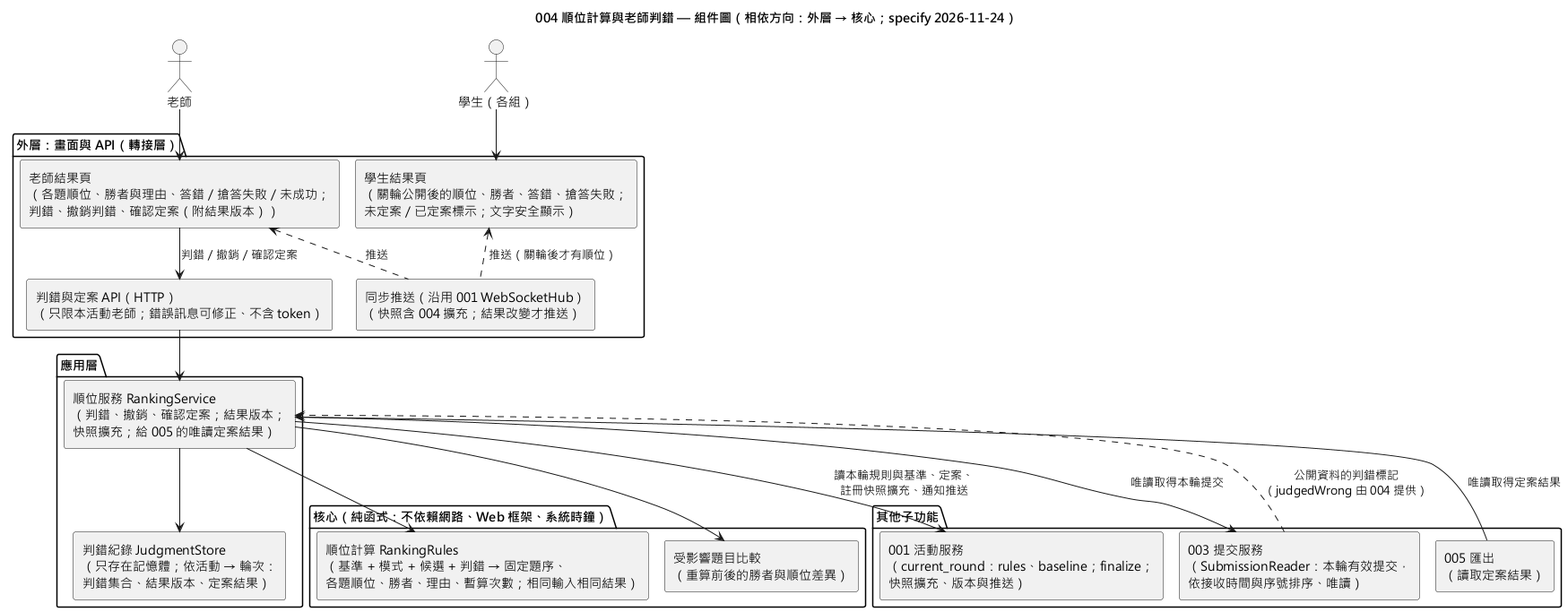
This is diagrams/004-ranking-review-component.png from EricC430/lecture-answer-first_group16_speckit, a PlantUML export, as it was before one commit. The source it was exported from:
```plantuml
@startuml 004-ranking-review-component
!pragma layout smetana
skinparam defaultFontName "Microsoft JhengHei"
skinparam componentStyle rectangle
title 004 順位計算與老師判錯 — 組件圖（相依方向：外層 → 核心；specify 2026-11-24）

actor "老師" as Teacher
actor "學生（各組）" as Student

package "外層：畫面與 API（轉接層）" {
  [老師結果頁\n（各題順位、勝者與理由、答錯／搶答失敗／未成功；\n判錯、撤銷判錯、確認定案（附結果版本））] as TeacherUI
  [學生結果頁\n（關輪公開後的順位、勝者、答錯、搶答失敗；\n未定案／已定案標示；文字安全顯示）] as StudentUI
  [判錯與定案 API（HTTP）\n（只限本活動老師；錯誤訊息可修正、不含 token）] as Api
  [同步推送（沿用 001 WebSocketHub）\n（快照含 004 擴充；結果改變才推送）] as Sync
}

package "應用層" {
  [順位服務 RankingService\n（判錯、撤銷、確認定案；結果版本；\n快照擴充；給 005 的唯讀定案結果）] as Service
  [判錯紀錄 JudgmentStore\n（只存在記憶體；依活動 → 輪次：\n判錯集合、結果版本、定案結果）] as Store
}

package "核心（純函式：不依賴網路、Web 框架、系統時鐘）" {
  [順位計算 RankingRules\n（基準 + 模式 + 候選 + 判錯 → 固定題序、\n各題順位、勝者、理由、暫算次數；相同輸入相同結果）] as Rules
  [受影響題目比較\n（重算前後的勝者與順位差異）] as Affected
}

package "其他子功能" {
  [001 活動服務\n（current_round：rules、baseline；finalize；\n快照擴充、版本與推送）] as Activity
  [003 提交服務\n（SubmissionReader：本輪有效提交，\n依接收時間與序號排序、唯讀）] as Submission
  [005 匯出\n（讀取定案結果）] as Export
}

Teacher --> TeacherUI
Student --> StudentUI
TeacherUI --> Api : 判錯／撤銷／確認定案
TeacherUI <.. Sync : 推送
StudentUI <.. Sync : 推送（關輪後才有順位）
Api --> Service
Service --> Store
Service --> Rules
Service --> Affected
Service --> Activity : 讀本輪規則與基準、定案、\n註冊快照擴充、通知推送
Service --> Submission : 唯讀取得本輪提交
Export --> Service : 唯讀取得定案結果
Submission ..> Service : 公開資料的判錯標記\n（judgedWrong 由 004 提供）
@enduml
```
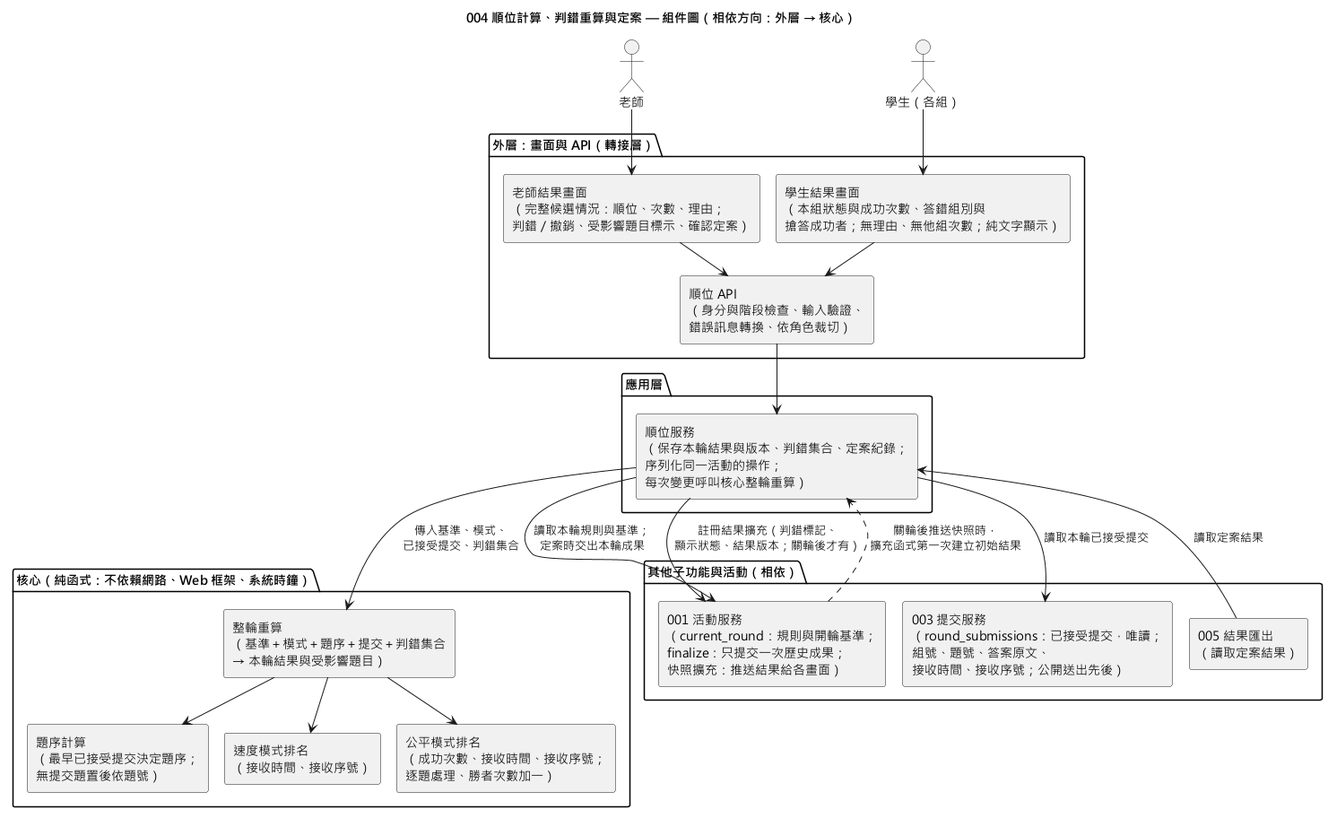
After the change.

The edit, as a diff of the source:
```diff
@@ -2,45 +2,46 @@
 !pragma layout smetana
 skinparam defaultFontName "Microsoft JhengHei"
 skinparam componentStyle rectangle
-title 004 順位計算與老師判錯 — 組件圖（相依方向：外層 → 核心；specify 2026-11-24）
+title 004 順位計算、判錯重算與定案 — 組件圖（相依方向：外層 → 核心）
 
 actor "老師" as Teacher
 actor "學生（各組）" as Student
 
 package "外層：畫面與 API（轉接層）" {
-  [老師結果頁\n（各題順位、勝者與理由、答錯／搶答失敗／未成功；\n判錯、撤銷判錯、確認定案（附結果版本））] as TeacherUI
-  [學生結果頁\n（關輪公開後的順位、勝者、答錯、搶答失敗；\n未定案／已定案標示；文字安全顯示）] as StudentUI
-  [判錯與定案 API（HTTP）\n（只限本活動老師；錯誤訊息可修正、不含 token）] as Api
-  [同步推送（沿用 001 WebSocketHub）\n（快照含 004 擴充；結果改變才推送）] as Sync
+  [老師結果畫面\n（完整候選情況：順位、次數、理由；\n判錯／撤銷、受影響題目標示、確認定案）] as TeacherUI
+  [學生結果畫面\n（本組狀態與成功次數、答錯組別與\n搶答成功者；無理由、無他組次數；純文字顯示）] as StudentUI
+  [順位 API\n（身分與階段檢查、輸入驗證、\n錯誤訊息轉換、依角色裁切）] as Api
 }
 
 package "應用層" {
-  [順位服務 RankingService\n（判錯、撤銷、確認定案；結果版本；\n快照擴充；給 005 的唯讀定案結果）] as Service
-  [判錯紀錄 JudgmentStore\n（只存在記憶體；依活動 → 輪次：\n判錯集合、結果版本、定案結果）] as Store
+  [順位服務\n（保存本輪結果與版本、判錯集合、定案紀錄；\n序列化同一活動的操作；\n每次變更呼叫核心整輪重算）] as Service
 }
 
 package "核心（純函式：不依賴網路、Web 框架、系統時鐘）" {
-  [順位計算 RankingRules\n（基準 + 模式 + 候選 + 判錯 → 固定題序、\n各題順位、勝者、理由、暫算次數；相同輸入相同結果）] as Rules
-  [受影響題目比較\n（重算前後的勝者與順位差異）] as Affected
+  [題序計算\n（最早已接受提交決定題序；\n無提交題置後依題號）] as Order
+  [速度模式排名\n（接收時間、接收序號）] as Speed
+  [公平模式排名\n（成功次數、接收時間、接收序號；\n逐題處理、勝者次數加一）] as Fair
+  [整輪重算\n（基準＋模式＋題序＋提交＋判錯集合\n→ 本輪結果與受影響題目）] as Recompute
 }
 
-package "其他子功能" {
-  [001 活動服務\n（current_round：rules、baseline；finalize；\n快照擴充、版本與推送）] as Activity
-  [003 提交服務\n（SubmissionReader：本輪有效提交，\n依接收時間與序號排序、唯讀）] as Submission
-  [005 匯出\n（讀取定案結果）] as Export
+package "其他子功能與活動（相依）" {
+  [001 活動服務\n（current_round：規則與開輪基準；\nfinalize：只提交一次歷史成果；\n快照擴充：推送結果給各畫面）] as Activity
+  [003 提交服務\n（round_submissions：已接受提交，唯讀；\n組號、題號、答案原文、\n接收時間、接收序號；公開送出先後）] as Submit
+  [005 結果匯出\n（讀取定案結果）] as Export
 }
 
 Teacher --> TeacherUI
 Student --> StudentUI
-TeacherUI --> Api : 判錯／撤銷／確認定案
-TeacherUI <.. Sync : 推送
-StudentUI <.. Sync : 推送（關輪後才有順位）
+TeacherUI --> Api
+StudentUI --> Api
 Api --> Service
-Service --> Store
-Service --> Rules
-Service --> Affected
-Service --> Activity : 讀本輪規則與基準、定案、\n註冊快照擴充、通知推送
-Service --> Submission : 唯讀取得本輪提交
-Export --> Service : 唯讀取得定案結果
-Submission ..> Service : 公開資料的判錯標記\n（judgedWrong 由 004 提供）
+Service --> Recompute : 傳入基準、模式、\n已接受提交、判錯集合
+Recompute --> Order
+Recompute --> Speed
+Recompute --> Fair
+Service --> Activity : 讀取本輪規則與基準；\n定案時交出本輪成果
+Service --> Submit : 讀取本輪已接受提交
+Service --> Activity : 註冊結果擴充（判錯標記、\n顯示狀態、結果版本；關輪後才有）
+Activity ..> Service : 關輪後推送快照時，\n擴充函式第一次建立初始結果
+Export --> Service : 讀取定案結果
 @enduml
```
